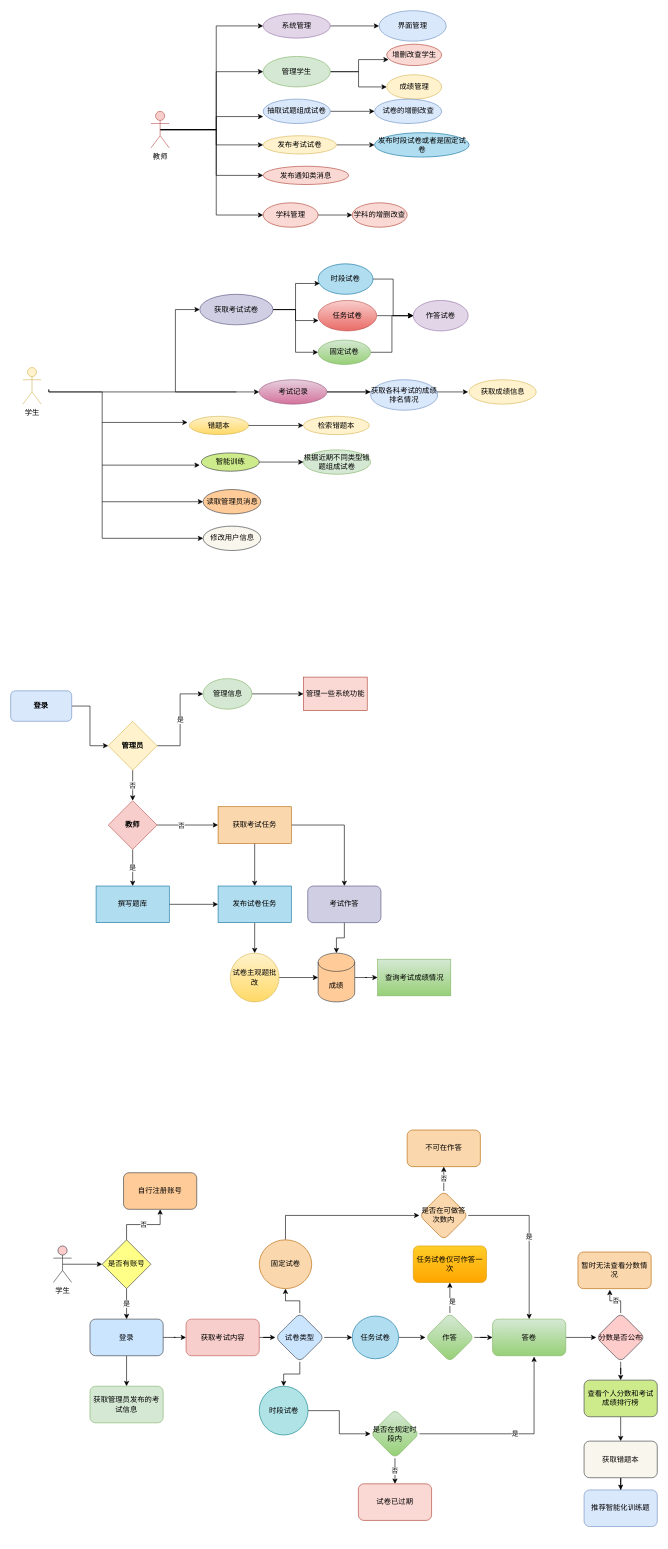
Earlier version of the draw.io diagram 在线考试系统用例图.drawio (wchya/pic). Source tidied: cells renumbered, new cells numbered last; positions are measured from the earlier drawing's top-left corner, leaving out a move shared by most shapes. Both pictures are drawn from the tidied source at 61%, with x=0, y=0 at pixel (10, 10).
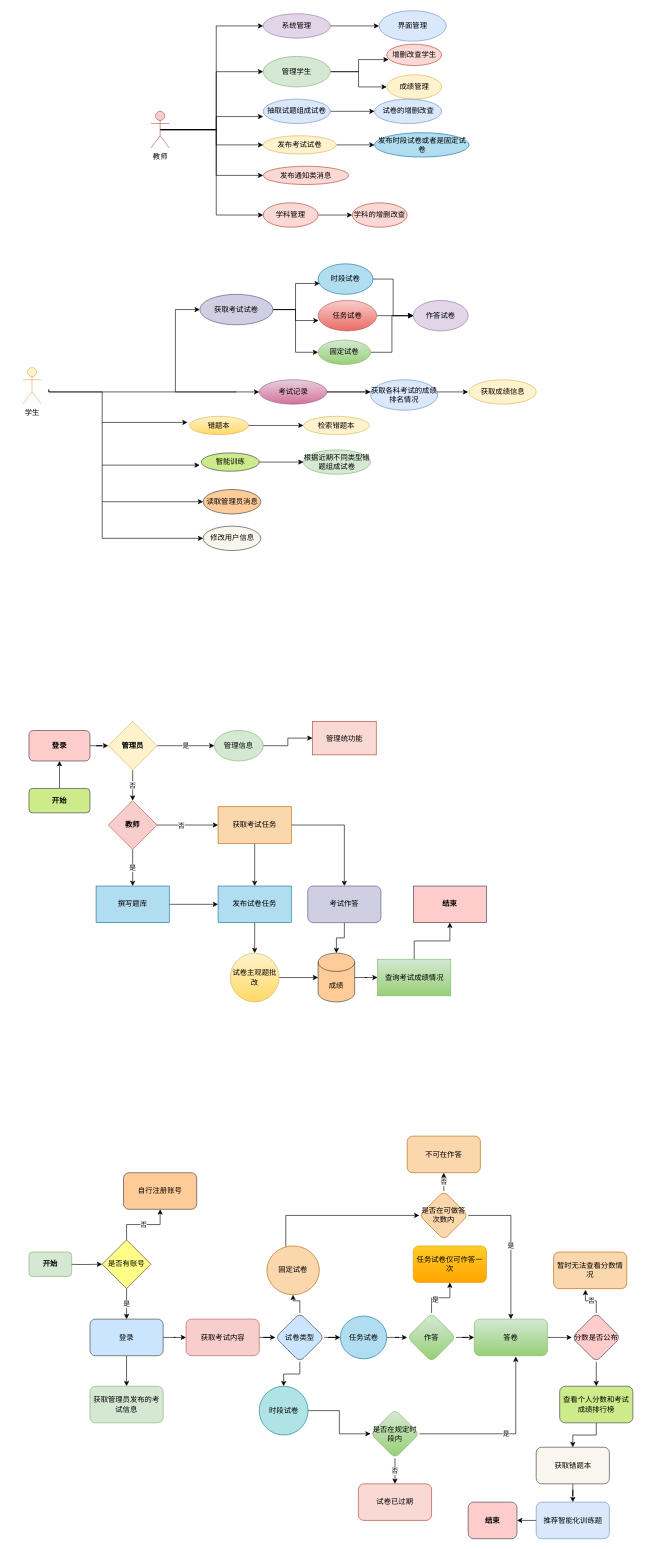
After the change.

Commit message:
更新在线考试系统用例图.drawio

Unchanged cells that the change refers to:
```xml
<mxCell id="75" value="查询考试成绩情况" style="whiteSpace=wrap;html=1;fillColor=#d5e8d4;strokeColor=#82b366;rounded=0;gradientColor=#97d077;" parent="1" vertex="1">
  <mxGeometry x="601.5" y="1555" width="120" height="60" as="geometry" />
</mxCell>
<mxCell id="88" value="是否有账号" style="rhombus;whiteSpace=wrap;html=1;fillColor=#ffff88;strokeColor=#36393d;" parent="1" vertex="1">
  <mxGeometry x="150" y="2015" width="80" height="80" as="geometry" />
</mxCell>
```

The edit, as a diff of the source:
```diff
@@
-    <mxCell id="59" value="&lt;b&gt;登录&lt;/b&gt;" style="rounded=1;whiteSpace=wrap;html=1;fillColor=#dae8fc;strokeColor=#6c8ebf;" parent="1" vertex="1">
-      <mxGeometry y="1115" width="100" height="50" as="geometry" />
+    <mxCell id="59" value="&lt;b&gt;登录&lt;/b&gt;" style="rounded=1;whiteSpace=wrap;html=1;fillColor=#ffcccc;strokeColor=#36393d;" parent="1" vertex="1">
+      <mxGeometry x="30" y="1180" width="100" height="50" as="geometry" />
     </mxCell>
@@
     <mxCell id="61" value="管理信息" style="ellipse;whiteSpace=wrap;html=1;fillColor=#d5e8d4;strokeColor=#82b366;" parent="1" vertex="1">
-      <mxGeometry x="315.5" y="1095" width="80" height="50" as="geometry" />
+      <mxGeometry x="334" y="1180" width="80" height="50" as="geometry" />
     </mxCell>
@@
-    <mxCell id="69" value="管理一些系统功能" style="whiteSpace=wrap;html=1;fillColor=#fad9d5;strokeColor=#ae4132;" parent="1" vertex="1">
-      <mxGeometry x="480" y="1092.5" width="104.5" height="55" as="geometry" />
+    <mxCell id="69" value="管理统功能" style="whiteSpace=wrap;html=1;fillColor=#fad9d5;strokeColor=#ae4132;" parent="1" vertex="1">
+      <mxGeometry x="494.8" y="1165" width="104.5" height="55" as="geometry" />
     </mxCell>
@@
+    <mxCell id="130" style="edgeStyle=orthogonalEdgeStyle;rounded=0;jettySize=auto;html=1;" parent="1" edge="1" source="75" target="136">
+      <mxGeometry relative="1" as="geometry" />
+    </mxCell>
@@
-    <mxCell id="84" style="edgeStyle=orthogonalEdgeStyle;rounded=0;jettySize=auto;html=1;exitX=0.5;exitY=0.5;exitDx=0;exitDy=0;exitPerimeter=0;entryX=0;entryY=0.5;entryDx=0;entryDy=0;" parent="1" edge="1" source="85" target="88">
-      <mxGeometry relative="1" as="geometry" />
+    <mxCell id="84" style="edgeStyle=orthogonalEdgeStyle;rounded=0;jettySize=auto;html=1;exitX=0.5;exitY=0.5;exitDx=0;exitDy=0;exitPerimeter=0;entryX=0;entryY=0.5;entryDx=0;entryDy=0;" parent="1" edge="1" target="88">
+      <mxGeometry relative="1" as="geometry">
+        <mxPoint x="85" y="2055" as="sourcePoint" />
+      </mxGeometry>
     </mxCell>
-    <mxCell id="85" value="学生" style="shape=umlActor;verticalLabelPosition=bottom;verticalAlign=top;html=1;outlineConnect=0;fillColor=#ffcccc;strokeColor=#36393d;" parent="1" vertex="1">
-      <mxGeometry x="70" y="2025" width="30" height="60" as="geometry" />
-    </mxCell>
@@
     <mxCell id="101" value="固定试卷" style="ellipse;whiteSpace=wrap;html=1;fillColor=#fad7ac;strokeColor=#b46504;rounded=1;" parent="1" vertex="1">
-      <mxGeometry x="407.5" y="2015" width="86" height="80" as="geometry" />
+      <mxGeometry x="420" y="2025" width="86" height="80" as="geometry" />
     </mxCell>
@@
     <mxCell id="103" value="任务试卷" style="ellipse;whiteSpace=wrap;html=1;fillColor=#b1ddf0;strokeColor=#10739e;rounded=1;" parent="1" vertex="1">
-      <mxGeometry x="560" y="2140" width="76" height="70" as="geometry" />
+      <mxGeometry x="540.5" y="2140" width="76" height="70" as="geometry" />
     </mxCell>
@@
     <mxCell id="109" value="作答" style="rhombus;whiteSpace=wrap;html=1;fillColor=#d5e8d4;strokeColor=#82b366;rounded=1;gradientColor=#97d077;" parent="1" vertex="1">
-      <mxGeometry x="680" y="2135" width="80" height="80" as="geometry" />
+      <mxGeometry x="650" y="2135" width="80" height="80" as="geometry" />
     </mxCell>
@@
     <mxCell id="112" value="答卷" style="whiteSpace=wrap;html=1;fillColor=#d5e8d4;strokeColor=#82b366;rounded=1;gradientColor=#97d077;" parent="1" vertex="1">
-      <mxGeometry x="790" y="2145" width="120" height="60" as="geometry" />
+      <mxGeometry x="760" y="2145" width="120" height="60" as="geometry" />
     </mxCell>
@@
     <mxCell id="116" value="不可在作答" style="whiteSpace=wrap;html=1;fillColor=#fad7ac;strokeColor=#b46504;rounded=1;" parent="1" vertex="1">
-      <mxGeometry x="650" y="1835" width="120" height="60" as="geometry" />
+      <mxGeometry x="650" y="1845" width="120" height="60" as="geometry" />
     </mxCell>
@@
     <mxCell id="121" value="暂时无法查看分数情况" style="rounded=1;whiteSpace=wrap;html=1;fillColor=#fad7ac;strokeColor=#b46504;" parent="1" vertex="1">
-      <mxGeometry x="930" y="2035" width="120" height="60" as="geometry" />
+      <mxGeometry x="890" y="2035" width="120" height="60" as="geometry" />
     </mxCell>
@@
     <mxCell id="124" value="分数是否公布" style="rhombus;whiteSpace=wrap;html=1;fillColor=#ffcccc;strokeColor=#36393d;rounded=1;" parent="1" vertex="1">
-      <mxGeometry x="960" y="2135" width="80" height="80" as="geometry" />
+      <mxGeometry x="920" y="2135" width="80" height="80" as="geometry" />
     </mxCell>
@@
     <mxCell id="126" value="查看个人分数和考试成绩排行榜" style="whiteSpace=wrap;html=1;fillColor=#cdeb8b;strokeColor=#36393d;rounded=1;" parent="1" vertex="1">
-      <mxGeometry x="940" y="2245" width="120" height="60" as="geometry" />
+      <mxGeometry x="900" y="2255" width="120" height="60" as="geometry" />
     </mxCell>
@@
     <mxCell id="128" value="获取错题本" style="whiteSpace=wrap;html=1;fillColor=#f9f7ed;strokeColor=#36393d;rounded=1;" parent="1" vertex="1">
-      <mxGeometry x="940" y="2345" width="120" height="60" as="geometry" />
+      <mxGeometry x="861.5" y="2355" width="120" height="60" as="geometry" />
     </mxCell>
+    <mxCell id="131" style="edgeStyle=orthogonalEdgeStyle;rounded=0;jettySize=auto;html=1;exitX=0;exitY=0.5;exitDx=0;exitDy=0;entryX=1;entryY=0.5;entryDx=0;entryDy=0;" parent="1" edge="1" source="129" target="133">
+      <mxGeometry relative="1" as="geometry" />
+    </mxCell>
     <mxCell id="129" value="推荐智能化训练题" style="whiteSpace=wrap;html=1;fillColor=#dae8fc;strokeColor=#6c8ebf;rounded=1;" parent="1" vertex="1">
-      <mxGeometry x="940" y="2425" width="120" height="60" as="geometry" />
+      <mxGeometry x="861.5" y="2445" width="120" height="60" as="geometry" />
     </mxCell>
+    <mxCell id="132" value="&lt;b&gt;开始&lt;/b&gt;" style="rounded=1;whiteSpace=wrap;html=1;fillColor=#d5e8d4;strokeColor=#82b366;" parent="1" vertex="1">
+      <mxGeometry x="30" y="2035" width="70" height="40" as="geometry" />
+    </mxCell>
+    <mxCell id="133" value="&lt;b&gt;结束&lt;/b&gt;" style="rounded=1;whiteSpace=wrap;html=1;fillColor=#ffcccc;strokeColor=#36393d;" parent="1" vertex="1">
+      <mxGeometry x="750" y="2445" width="80" height="60" as="geometry" />
+    </mxCell>
+    <mxCell id="134" style="edgeStyle=orthogonalEdgeStyle;rounded=0;jettySize=auto;html=1;" parent="1" edge="1" source="135" target="59">
+      <mxGeometry relative="1" as="geometry" />
+    </mxCell>
+    <mxCell id="135" value="&lt;b&gt;开始&lt;/b&gt;" style="rounded=1;whiteSpace=wrap;html=1;fillColor=#cdeb8b;strokeColor=#36393d;" parent="1" vertex="1">
+      <mxGeometry x="30" y="1275" width="100" height="40" as="geometry" />
+    </mxCell>
+    <mxCell id="136" value="&lt;b&gt;结束&lt;/b&gt;" style="whiteSpace=wrap;html=1;fillColor=#ffcccc;strokeColor=#36393d;rounded=0;" parent="1" vertex="1">
+      <mxGeometry x="660" y="1435" width="120" height="60" as="geometry" />
+    </mxCell>
```
